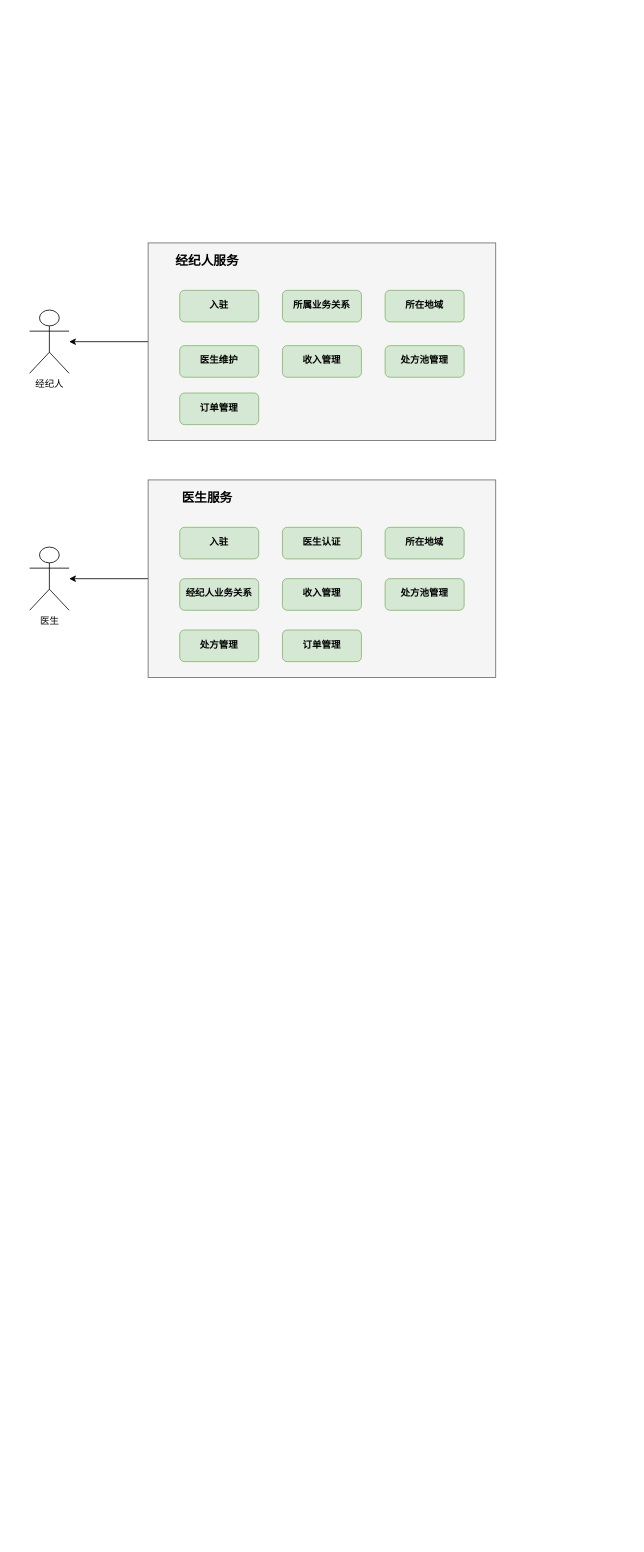
Earlier version of the draw.io diagram jbh/业务结构说明图.drawio (GitHeP/diagrams). Source tidied: cells renumbered, new cells numbered last; positions are measured from the earlier drawing's top-left corner, leaving out a move shared by most shapes. Both pictures are drawn from the tidied source at 79%, with x=0, y=0 at pixel (29, 243).
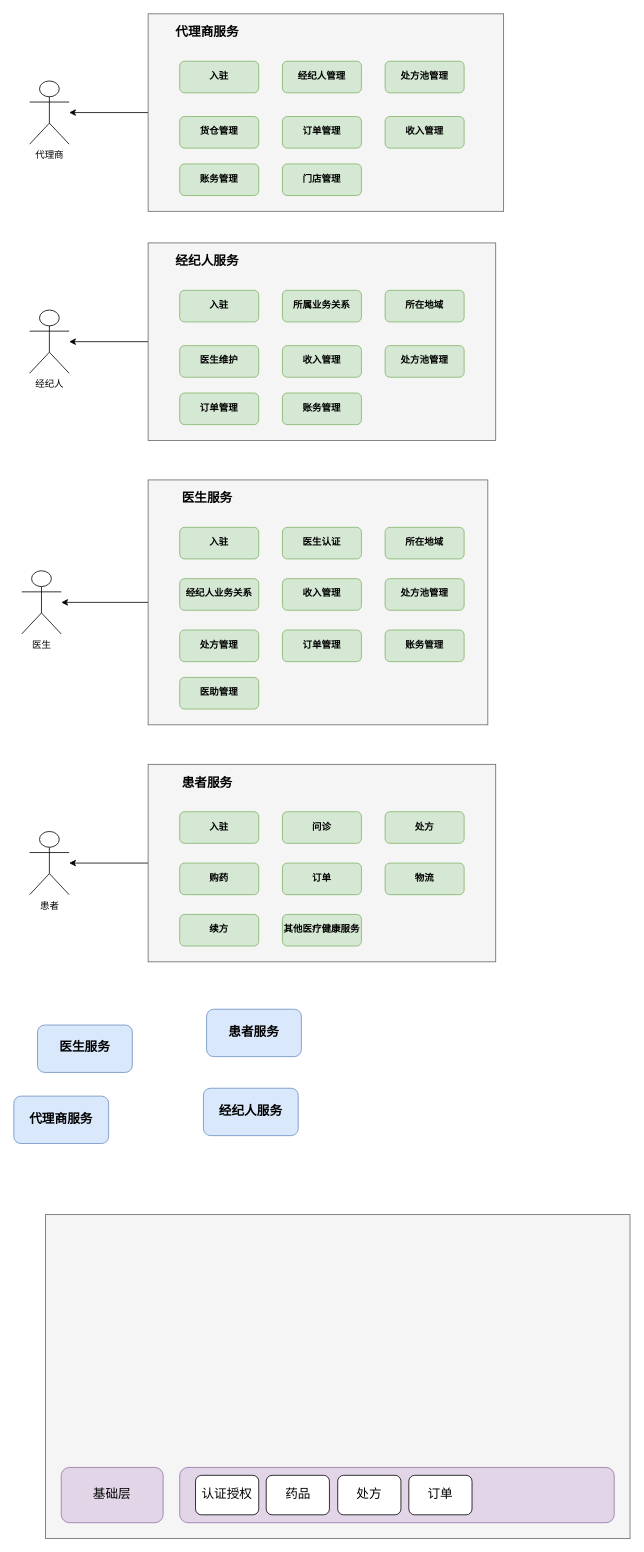
Above is the later version.

Commit message (it also covers changes not shown here):
更新业务结构说明图.drawio

The edit, as a diff of the source:
```diff
@@
     <mxCell id="14" style="rounded=0;whiteSpace=wrap;html=1;fillColor=#f5f5f5;fontColor=#333333;strokeColor=#666666;" parent="1" vertex="1">
-      <mxGeometry x="150" y="300" width="440" height="250" as="geometry" />
+      <mxGeometry x="150" y="300" width="430" height="310" as="geometry" />
     </mxCell>
     <mxCell id="15" value="医生" style="shape=umlActor;verticalLabelPosition=bottom;verticalAlign=top;html=1;outlineConnect=0;" parent="1" vertex="1">
-      <mxGeometry y="385" width="50" height="80" as="geometry" />
+      <mxGeometry x="-10" y="415" width="50" height="80" as="geometry" />
     </mxCell>
@@
+    <mxCell id="25" style="edgeStyle=orthogonalEdgeStyle;rounded=0;jettySize=auto;html=1;fontFamily=Courier New;fontSize=16;" parent="1" edge="1" source="26" target="27">
+      <mxGeometry relative="1" as="geometry" />
+    </mxCell>
+    <mxCell id="26" style="rounded=0;whiteSpace=wrap;html=1;fillColor=#f5f5f5;fontColor=#333333;strokeColor=#666666;" parent="1" vertex="1">
+      <mxGeometry x="150" y="-290" width="450" height="250" as="geometry" />
+    </mxCell>
+    <mxCell id="27" value="代理商" style="shape=umlActor;verticalLabelPosition=bottom;verticalAlign=top;html=1;outlineConnect=0;" parent="1" vertex="1">
+      <mxGeometry y="-205" width="50" height="80" as="geometry" />
+    </mxCell>
+    <mxCell id="28" value="&lt;b&gt;入驻&lt;/b&gt;" style="rounded=1;whiteSpace=wrap;html=1;fillColor=#d5e8d4;strokeColor=#82b366;fontFamily=Courier New;" parent="1" vertex="1">
+      <mxGeometry x="190" y="-230" width="100" height="40" as="geometry" />
+    </mxCell>
+    <mxCell id="29" value="&lt;b&gt;处方池管理&lt;/b&gt;" style="rounded=1;whiteSpace=wrap;html=1;fillColor=#d5e8d4;strokeColor=#82b366;fontFamily=Courier New;" parent="1" vertex="1">
+      <mxGeometry x="450" y="-230" width="100" height="40" as="geometry" />
+    </mxCell>
+    <mxCell id="30" value="&lt;b&gt;经纪人管理&lt;/b&gt;" style="rounded=1;whiteSpace=wrap;html=1;fillColor=#d5e8d4;strokeColor=#82b366;fontFamily=Courier New;" parent="1" vertex="1">
+      <mxGeometry x="320" y="-230" width="100" height="40" as="geometry" />
+    </mxCell>
+    <mxCell id="31" value="&lt;b&gt;收入管理&lt;/b&gt;" style="rounded=1;whiteSpace=wrap;html=1;fillColor=#d5e8d4;strokeColor=#82b366;fontFamily=Courier New;" parent="1" vertex="1">
+      <mxGeometry x="450" y="-160" width="100" height="40" as="geometry" />
+    </mxCell>
+    <mxCell id="32" value="&lt;b&gt;货仓管理&lt;/b&gt;" style="rounded=1;whiteSpace=wrap;html=1;fillColor=#d5e8d4;strokeColor=#82b366;fontFamily=Courier New;" parent="1" vertex="1">
+      <mxGeometry x="190" y="-160" width="100" height="40" as="geometry" />
+    </mxCell>
+    <mxCell id="33" value="代理商服务" style="text;html=1;strokeColor=none;fillColor=none;align=center;verticalAlign=middle;whiteSpace=wrap;rounded=0;fontFamily=Courier New;fontStyle=1;fontSize=16;" parent="1" vertex="1">
+      <mxGeometry x="170" y="-280" width="110" height="30" as="geometry" />
+    </mxCell>
+    <mxCell id="34" value="&lt;b&gt;账务管理&lt;/b&gt;" style="rounded=1;whiteSpace=wrap;html=1;fillColor=#d5e8d4;strokeColor=#82b366;fontFamily=Courier New;" parent="1" vertex="1">
+      <mxGeometry x="190" y="-100" width="100" height="40" as="geometry" />
+    </mxCell>
+    <mxCell id="35" value="&lt;b&gt;账务管理&lt;/b&gt;" style="rounded=1;whiteSpace=wrap;html=1;fillColor=#d5e8d4;strokeColor=#82b366;fontFamily=Courier New;" parent="1" vertex="1">
+      <mxGeometry x="320" y="190" width="100" height="40" as="geometry" />
+    </mxCell>
+    <mxCell id="36" value="&lt;b&gt;账务管理&lt;/b&gt;" style="rounded=1;whiteSpace=wrap;html=1;fillColor=#d5e8d4;strokeColor=#82b366;fontFamily=Courier New;" parent="1" vertex="1">
+      <mxGeometry x="450" y="490" width="100" height="40" as="geometry" />
+    </mxCell>
+    <mxCell id="37" value="&lt;b&gt;订单管理&lt;/b&gt;" style="rounded=1;whiteSpace=wrap;html=1;fillColor=#d5e8d4;strokeColor=#82b366;fontFamily=Courier New;" parent="1" vertex="1">
+      <mxGeometry x="320" y="-160" width="100" height="40" as="geometry" />
+    </mxCell>
+    <mxCell id="38" style="edgeStyle=orthogonalEdgeStyle;rounded=0;jettySize=auto;html=1;fontFamily=Courier New;fontSize=16;" parent="1" edge="1" source="39" target="40">
+      <mxGeometry relative="1" as="geometry" />
+    </mxCell>
+    <mxCell id="39" style="rounded=0;whiteSpace=wrap;html=1;fillColor=#f5f5f5;fontColor=#333333;strokeColor=#666666;" parent="1" vertex="1">
+      <mxGeometry x="150" y="660" width="440" height="250" as="geometry" />
+    </mxCell>
+    <mxCell id="40" value="患者" style="shape=umlActor;verticalLabelPosition=bottom;verticalAlign=top;html=1;outlineConnect=0;" parent="1" vertex="1">
+      <mxGeometry y="745" width="50" height="80" as="geometry" />
+    </mxCell>
+    <mxCell id="41" value="&lt;b&gt;入驻&lt;/b&gt;" style="rounded=1;whiteSpace=wrap;html=1;fillColor=#d5e8d4;strokeColor=#82b366;fontFamily=Courier New;" parent="1" vertex="1">
+      <mxGeometry x="190" y="720" width="100" height="40" as="geometry" />
+    </mxCell>
+    <mxCell id="42" value="&lt;b&gt;问诊&lt;/b&gt;" style="rounded=1;whiteSpace=wrap;html=1;fillColor=#d5e8d4;strokeColor=#82b366;fontFamily=Courier New;" parent="1" vertex="1">
+      <mxGeometry x="320" y="720" width="100" height="40" as="geometry" />
+    </mxCell>
+    <mxCell id="43" value="&lt;b&gt;处方&lt;/b&gt;" style="rounded=1;whiteSpace=wrap;html=1;fillColor=#d5e8d4;strokeColor=#82b366;fontFamily=Courier New;" parent="1" vertex="1">
+      <mxGeometry x="450" y="720" width="100" height="40" as="geometry" />
+    </mxCell>
+    <mxCell id="44" value="&lt;b&gt;购药&lt;/b&gt;" style="rounded=1;whiteSpace=wrap;html=1;fillColor=#d5e8d4;strokeColor=#82b366;fontFamily=Courier New;" parent="1" vertex="1">
+      <mxGeometry x="190" y="785" width="100" height="40" as="geometry" />
+    </mxCell>
+    <mxCell id="45" value="&lt;b&gt;物流&lt;/b&gt;" style="rounded=1;whiteSpace=wrap;html=1;fillColor=#d5e8d4;strokeColor=#82b366;fontFamily=Courier New;" parent="1" vertex="1">
+      <mxGeometry x="450" y="785" width="100" height="40" as="geometry" />
+    </mxCell>
+    <mxCell id="46" value="&lt;b&gt;订单&lt;/b&gt;" style="rounded=1;whiteSpace=wrap;html=1;fillColor=#d5e8d4;strokeColor=#82b366;fontFamily=Courier New;" parent="1" vertex="1">
+      <mxGeometry x="320" y="785" width="100" height="40" as="geometry" />
+    </mxCell>
+    <mxCell id="47" value="患者服务" style="text;html=1;strokeColor=none;fillColor=none;align=center;verticalAlign=middle;whiteSpace=wrap;rounded=0;fontFamily=Courier New;fontStyle=1;fontSize=16;" parent="1" vertex="1">
+      <mxGeometry x="170" y="670" width="110" height="30" as="geometry" />
+    </mxCell>
+    <mxCell id="48" value="&lt;b&gt;续方&lt;/b&gt;" style="rounded=1;whiteSpace=wrap;html=1;fillColor=#d5e8d4;strokeColor=#82b366;fontFamily=Courier New;" parent="1" vertex="1">
+      <mxGeometry x="190" y="850" width="100" height="40" as="geometry" />
+    </mxCell>
+    <mxCell id="49" value="&lt;b&gt;其他医疗健康服务&lt;/b&gt;" style="rounded=1;whiteSpace=wrap;html=1;fillColor=#d5e8d4;strokeColor=#82b366;fontFamily=Courier New;" parent="1" vertex="1">
+      <mxGeometry x="320" y="850" width="100" height="40" as="geometry" />
+    </mxCell>
+    <mxCell id="50" style="rounded=0;whiteSpace=wrap;html=1;fillColor=#f5f5f5;fontColor=#333333;strokeColor=#666666;" parent="1" vertex="1">
+      <mxGeometry x="20" y="1230" width="740" height="410" as="geometry" />
+    </mxCell>
+    <mxCell id="51" value="&lt;span style=&quot;font-weight: 700;&quot;&gt;代理商服务&lt;/span&gt;" style="rounded=1;whiteSpace=wrap;html=1;fontFamily=Courier New;fontSize=16;fillColor=#dae8fc;strokeColor=#6c8ebf;" parent="1" vertex="1">
+      <mxGeometry x="-20" y="1080" width="120" height="60" as="geometry" />
+    </mxCell>
+    <mxCell id="52" value="&lt;b&gt;门店管理&lt;/b&gt;" style="rounded=1;whiteSpace=wrap;html=1;fillColor=#d5e8d4;strokeColor=#82b366;fontFamily=Courier New;" parent="1" vertex="1">
+      <mxGeometry x="320" y="-100" width="100" height="40" as="geometry" />
+    </mxCell>
+    <mxCell id="53" value="&lt;span style=&quot;font-weight: 700;&quot;&gt;经纪人服务&lt;/span&gt;" style="rounded=1;whiteSpace=wrap;html=1;fontFamily=Courier New;fontSize=16;fillColor=#dae8fc;strokeColor=#6c8ebf;" parent="1" vertex="1">
+      <mxGeometry x="220" y="1070" width="120" height="60" as="geometry" />
+    </mxCell>
+    <mxCell id="54" value="&lt;span style=&quot;font-weight: 700;&quot;&gt;医生服务&lt;/span&gt;" style="rounded=1;whiteSpace=wrap;html=1;fontFamily=Courier New;fontSize=16;fillColor=#dae8fc;strokeColor=#6c8ebf;" parent="1" vertex="1">
+      <mxGeometry x="10" y="990" width="120" height="60" as="geometry" />
+    </mxCell>
+    <mxCell id="55" value="&lt;span style=&quot;font-weight: 700;&quot;&gt;患者服务&lt;/span&gt;" style="rounded=1;whiteSpace=wrap;html=1;fontFamily=Courier New;fontSize=16;fillColor=#dae8fc;strokeColor=#6c8ebf;" parent="1" vertex="1">
+      <mxGeometry x="224" y="970" width="120" height="60" as="geometry" />
+    </mxCell>
+    <mxCell id="56" value="&lt;b&gt;医助管理&lt;/b&gt;" style="rounded=1;whiteSpace=wrap;html=1;fillColor=#d5e8d4;strokeColor=#82b366;fontFamily=Courier New;" parent="1" vertex="1">
+      <mxGeometry x="190" y="550" width="100" height="40" as="geometry" />
+    </mxCell>
+    <mxCell id="57" value="基础层" style="rounded=1;whiteSpace=wrap;html=1;fontFamily=Courier New;fontSize=16;fillColor=#e1d5e7;strokeColor=#9673a6;" parent="1" vertex="1">
+      <mxGeometry x="40" y="1550" width="129" height="70" as="geometry" />
+    </mxCell>
+    <mxCell id="58" style="rounded=1;whiteSpace=wrap;html=1;fontFamily=Courier New;fontSize=16;fillColor=#e1d5e7;strokeColor=#9673a6;" parent="1" vertex="1">
+      <mxGeometry x="190" y="1550" width="550" height="70" as="geometry" />
+    </mxCell>
+    <mxCell id="59" value="认证授权" style="rounded=1;whiteSpace=wrap;html=1;fontFamily=Courier New;fontSize=16;" parent="1" vertex="1">
+      <mxGeometry x="210" y="1560" width="80" height="50" as="geometry" />
+    </mxCell>
+    <mxCell id="60" value="药品" style="rounded=1;whiteSpace=wrap;html=1;fontFamily=Courier New;fontSize=16;" parent="1" vertex="1">
+      <mxGeometry x="299.5" y="1560" width="80" height="50" as="geometry" />
+    </mxCell>
+    <mxCell id="61" value="处方" style="rounded=1;whiteSpace=wrap;html=1;fontFamily=Courier New;fontSize=16;" parent="1" vertex="1">
+      <mxGeometry x="390" y="1560" width="80" height="50" as="geometry" />
+    </mxCell>
+    <mxCell id="62" value="订单" style="rounded=1;whiteSpace=wrap;html=1;fontFamily=Courier New;fontSize=16;" parent="1" vertex="1">
+      <mxGeometry x="480" y="1560" width="80" height="50" as="geometry" />
+    </mxCell>
```
